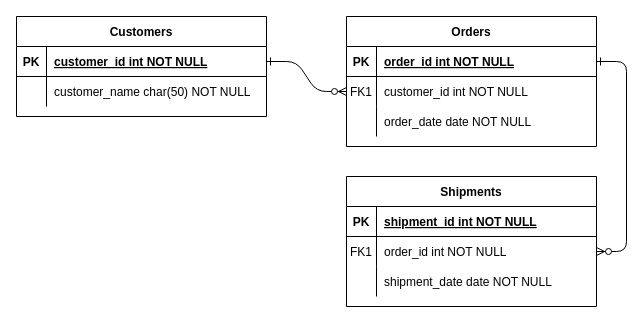
Above: 未命名绘图.drawio in longjq/adoc (draw.io), before the change. Source tidied: cells renumbered, new cells numbered last; positions are measured from the earlier drawing's top-left corner, leaving out a move shared by most shapes. Both pictures are drawn from the tidied source at 100%, with x=0, y=0 at pixel (16, 16).
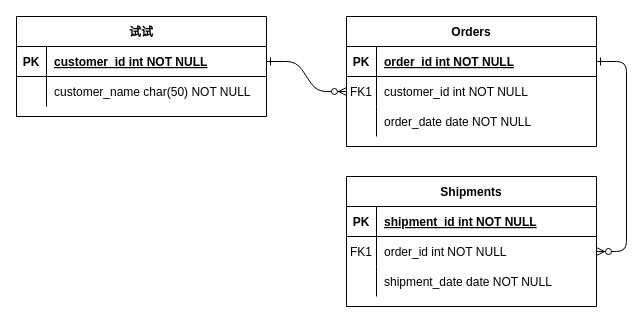
The same page after the edit.

Diff of the diagram source:
```diff
@@
-    <mxCell id="24" value="Customers" style="shape=table;startSize=30;childLayout=tableLayout;rowLines=0;fontStyle=1;align=center;" parent="1" vertex="1">
+    <mxCell id="24" value="试试" style="shape=table;startSize=30;childLayout=tableLayout;rowLines=0;fontStyle=1;align=center;" parent="1" vertex="1">
       <mxGeometry width="250" height="100" as="geometry" />
     </mxCell>
```
